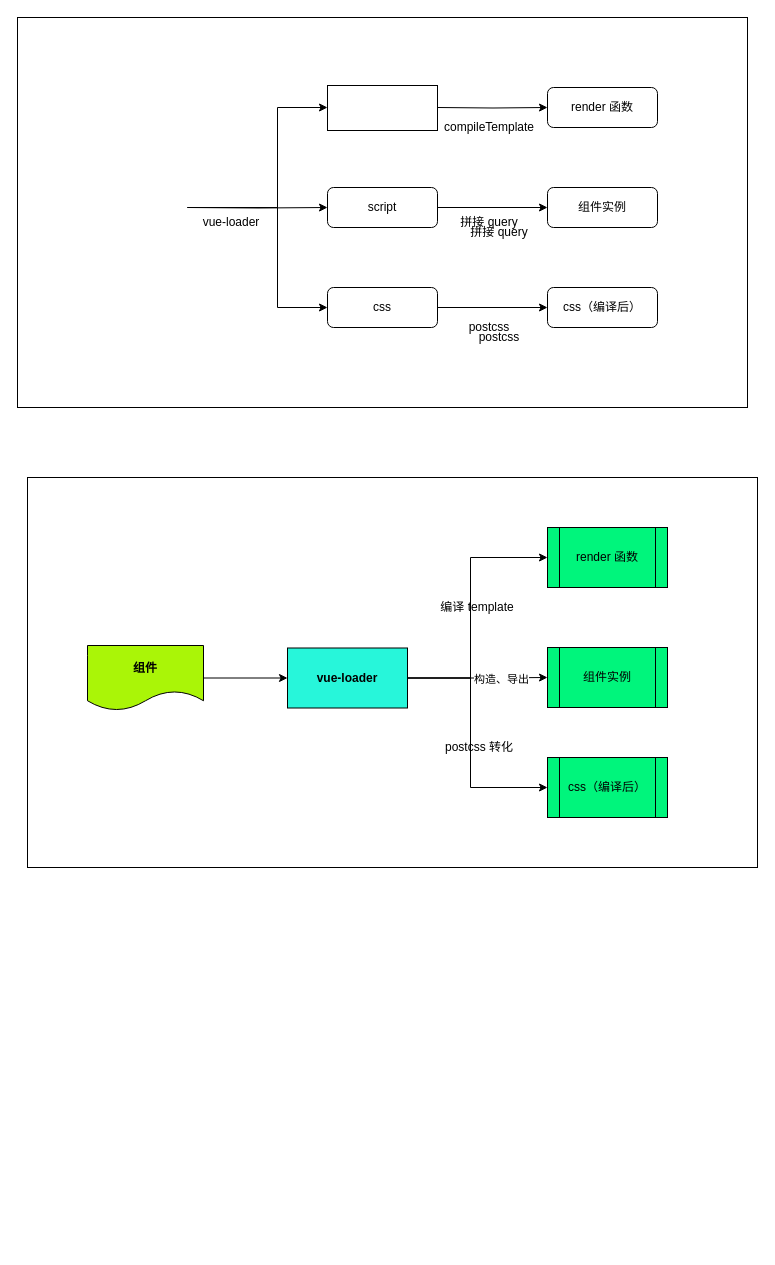
Earlier version of the draw.io diagram Untitled scoped css.drawio (WJCHumble/graph-asserts). Source tidied: cells renumbered, new cells numbered last; positions are measured from the earlier drawing's top-left corner, leaving out a move shared by most shapes. Both pictures are drawn from the tidied source at 100%, with x=0, y=0 at pixel (17, 17).
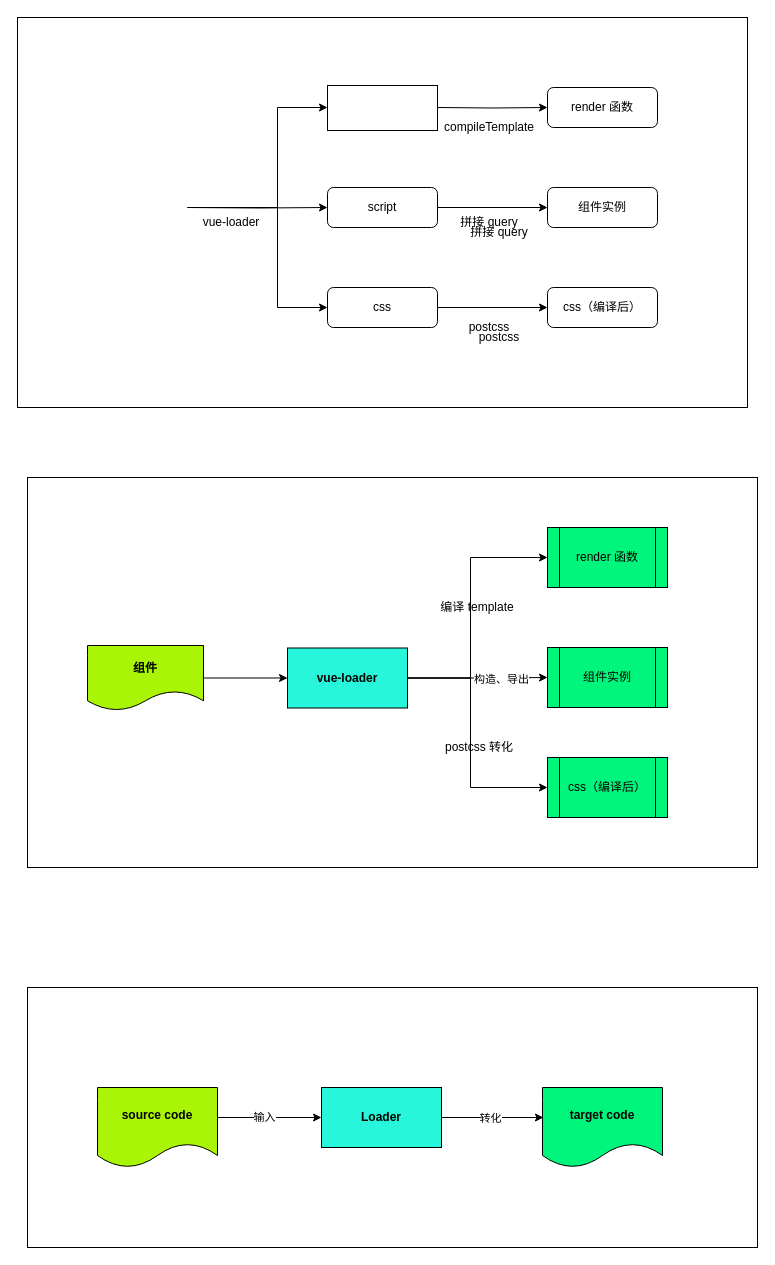
Above is the later version.

The edit, as a diff of the source:
```diff
@@
+    <mxCell id="35" style="rounded=0;whiteSpace=wrap;html=1;" parent="1" vertex="1">
+      <mxGeometry x="10" y="970" width="730" height="260" as="geometry" />
+    </mxCell>
+    <mxCell id="36" value="输入" style="edgeStyle=orthogonalEdgeStyle;rounded=0;jettySize=auto;html=1;exitX=1;exitY=0.5;exitDx=0;exitDy=0;entryX=0;entryY=0.5;entryDx=0;entryDy=0;" parent="1" edge="1" source="37" target="40">
+      <mxGeometry relative="1" as="geometry">
+        <Array as="points">
+          <mxPoint x="200" y="1100" />
+        </Array>
+      </mxGeometry>
+    </mxCell>
+    <mxCell id="37" value="&lt;b&gt;source code&lt;/b&gt;" style="shape=document;whiteSpace=wrap;html=1;boundedLbl=1;fillColor=#AAF507;" parent="1" vertex="1">
+      <mxGeometry x="80" y="1070" width="120" height="80" as="geometry" />
+    </mxCell>
+    <mxCell id="38" style="rounded=0;jettySize=auto;html=1;exitX=1;exitY=0.5;exitDx=0;exitDy=0;entryX=0.008;entryY=0.375;entryDx=0;entryDy=0;entryPerimeter=0;" parent="1" edge="1" source="40" target="41">
+      <mxGeometry relative="1" as="geometry" />
+    </mxCell>
+    <mxCell id="39" value="转化" style="edgeLabel;html=1;align=center;verticalAlign=middle;" parent="38" vertex="1">
+      <mxGeometry x="0.02" y="-2" relative="1" as="geometry">
+        <mxPoint x="-4" y="-2" as="offset" />
+      </mxGeometry>
+    </mxCell>
+    <mxCell id="40" value="&lt;b&gt;Loader&lt;/b&gt;" style="rounded=0;whiteSpace=wrap;html=1;fillColor=#27F6DA;" parent="1" vertex="1">
+      <mxGeometry x="304" y="1070" width="120" height="60" as="geometry" />
+    </mxCell>
+    <mxCell id="41" value="&lt;b&gt;target code&lt;/b&gt;" style="shape=document;whiteSpace=wrap;html=1;boundedLbl=1;fillColor=#00F57C;" parent="1" vertex="1">
+      <mxGeometry x="525" y="1070" width="120" height="80" as="geometry" />
+    </mxCell>
```
